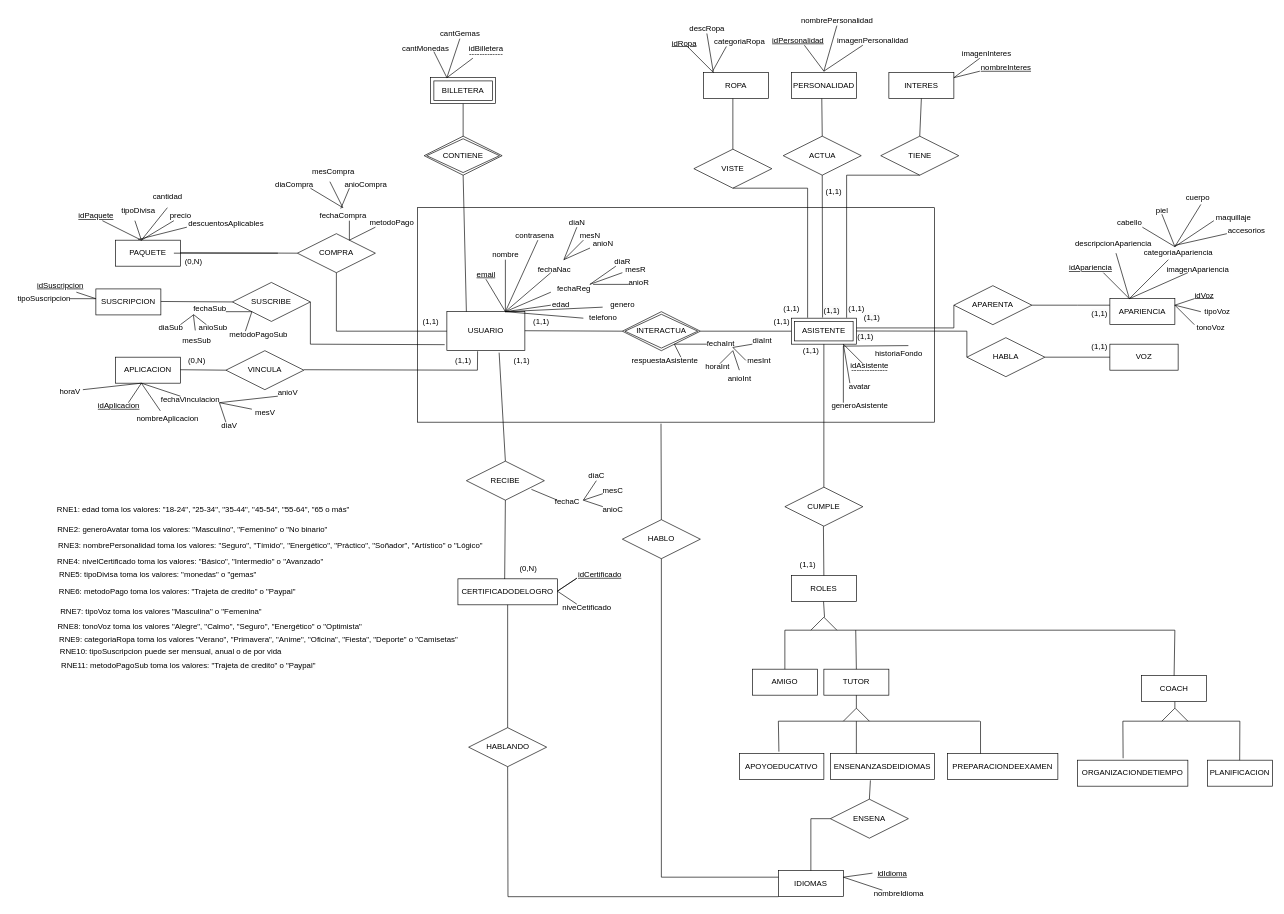
This is obligatorio1.drawio from MartinAlonsoo/ObligatorioBD1, a draw.io file, before an edit. Source tidied: cells renumbered, new cells numbered last; positions are measured from the earlier drawing's top-left corner, leaving out a move shared by most shapes. Both pictures are drawn from the tidied source at 65%, with x=0, y=0 at pixel (11, 11).
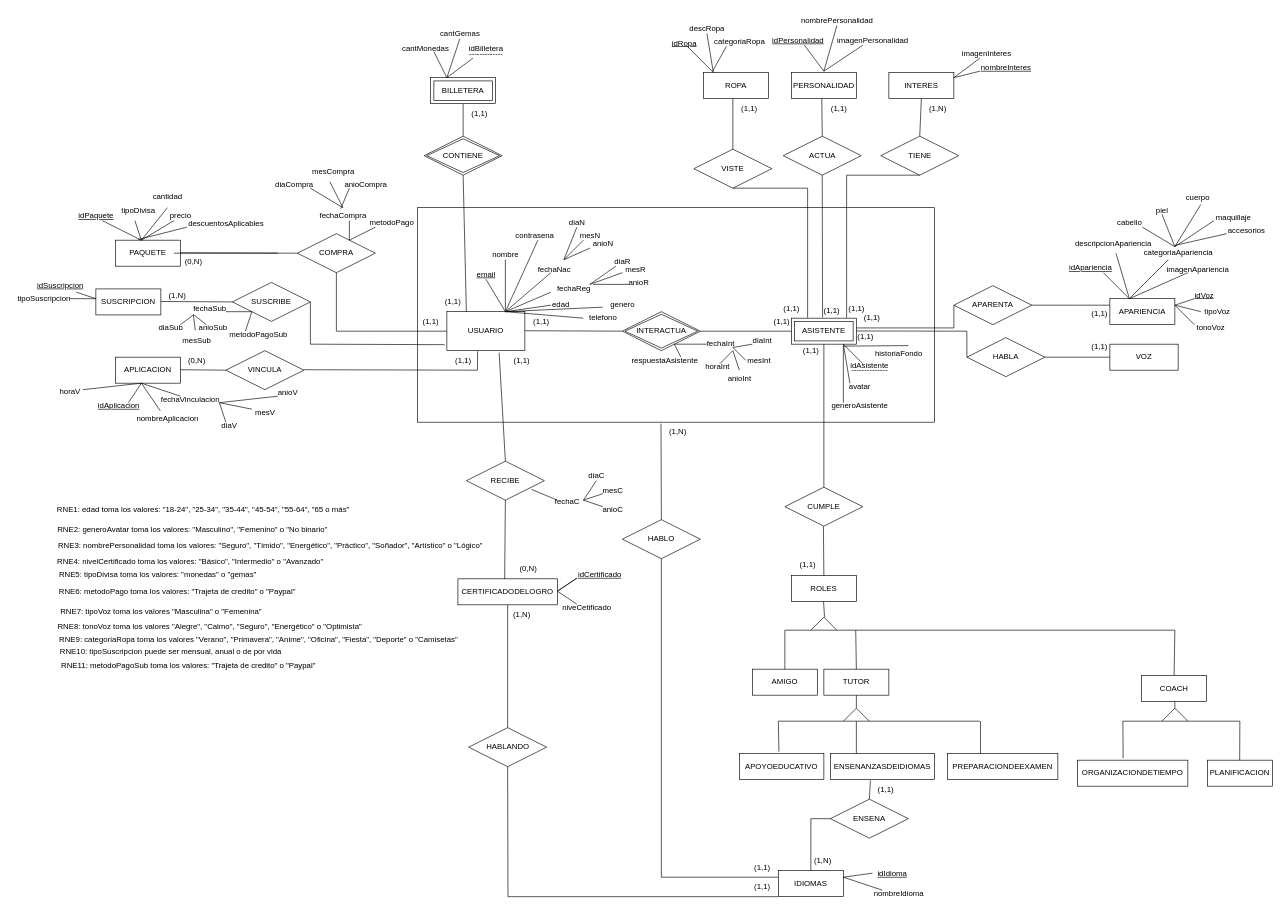
The same diagram, later.

Change to the diagram source:
```diff
@@
     <mxCell id="38" value="(1,1)" style="text;html=1;align=center;verticalAlign=middle;strokeColor=none;fillColor=none;" parent="1" vertex="1">
-      <mxGeometry x="1240" y="262" width="50" height="30" as="geometry" />
+      <mxGeometry x="1247.5" y="134" width="50" height="30" as="geometry" />
     </mxCell>
@@
+    <mxCell id="244" value="(1,1)" style="text;html=1;align=center;verticalAlign=middle;strokeColor=none;fillColor=none;" parent="1" vertex="1">
+      <mxGeometry x="653.5" y="432" width="50" height="30" as="geometry" />
+    </mxCell>
+    <mxCell id="245" value="(1,1)" style="text;html=1;align=center;verticalAlign=middle;strokeColor=none;fillColor=none;" parent="1" vertex="1">
+      <mxGeometry x="695" y="142" width="50" height="30" as="geometry" />
+    </mxCell>
+    <mxCell id="246" value="(1,N)" style="text;html=1;align=center;verticalAlign=middle;strokeColor=none;fillColor=none;" parent="1" vertex="1">
+      <mxGeometry x="230" y="422" width="50" height="30" as="geometry" />
+    </mxCell>
+    <mxCell id="247" value="(1,N)" style="text;html=1;align=center;verticalAlign=middle;strokeColor=none;fillColor=none;" parent="1" vertex="1">
+      <mxGeometry x="1222.5" y="1292" width="50" height="30" as="geometry" />
+    </mxCell>
+    <mxCell id="248" value="(1,1)" style="text;html=1;align=center;verticalAlign=middle;strokeColor=none;fillColor=none;" parent="1" vertex="1">
+      <mxGeometry x="1320" y="1182" width="50" height="30" as="geometry" />
+    </mxCell>
+    <mxCell id="249" value="(1,N)" style="text;html=1;align=center;verticalAlign=middle;strokeColor=none;fillColor=none;" parent="1" vertex="1">
+      <mxGeometry x="760" y="913" width="50" height="30" as="geometry" />
+    </mxCell>
+    <mxCell id="250" value="(1,1)" style="text;html=1;align=center;verticalAlign=middle;strokeColor=none;fillColor=none;" parent="1" vertex="1">
+      <mxGeometry x="1130" y="1332" width="50" height="30" as="geometry" />
+    </mxCell>
+    <mxCell id="251" value="(1,1)" style="text;html=1;align=center;verticalAlign=middle;strokeColor=none;fillColor=none;" parent="1" vertex="1">
+      <mxGeometry x="1130" y="1302" width="50" height="30" as="geometry" />
+    </mxCell>
+    <mxCell id="252" value="(1,N)" style="text;html=1;align=center;verticalAlign=middle;strokeColor=none;fillColor=none;" parent="1" vertex="1">
+      <mxGeometry x="1000" y="632" width="50" height="30" as="geometry" />
+    </mxCell>
+    <mxCell id="253" value="(1,N)" style="text;html=1;align=center;verticalAlign=middle;strokeColor=none;fillColor=none;" parent="1" vertex="1">
+      <mxGeometry x="1400" y="134" width="50" height="30" as="geometry" />
+    </mxCell>
+    <mxCell id="254" value="(1,1)" style="text;html=1;align=center;verticalAlign=middle;strokeColor=none;fillColor=none;" parent="1" vertex="1">
+      <mxGeometry x="1110" y="134" width="50" height="30" as="geometry" />
+    </mxCell>
```
